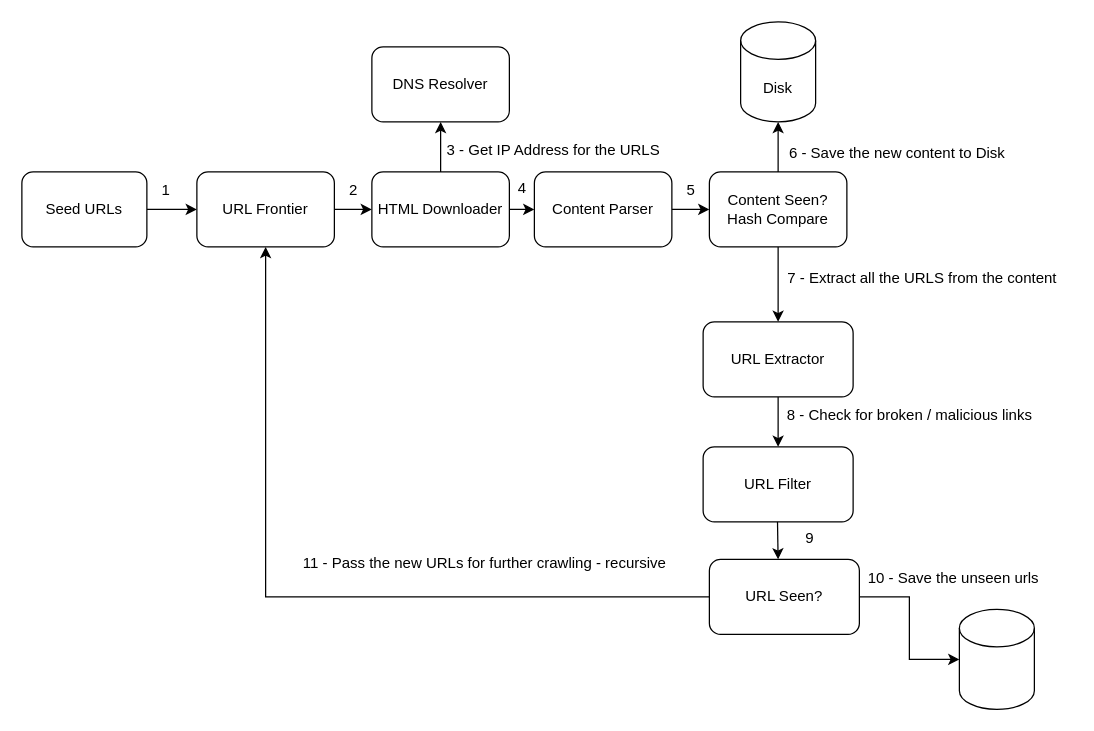
Earlier version of the draw.io diagram Web_Crawler.drawio (tarjaneed/system-design). Source tidied: cells renumbered, new cells numbered last; positions are measured from the earlier drawing's top-left corner, leaving out a move shared by most shapes. Both pictures are drawn from the tidied source at 125%, with x=0, y=0 at pixel (21, 21).
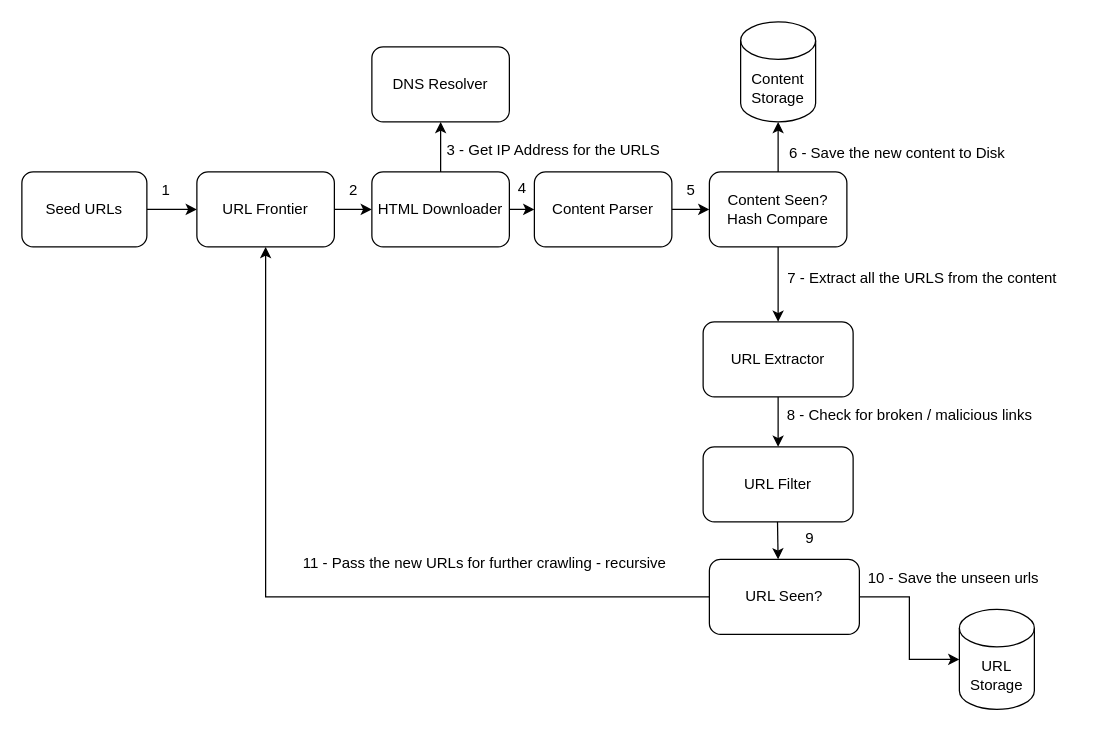
The same diagram, later.

The edit, as a diff of the source:
```diff
@@
-    <mxCell id="17" value="Disk" style="shape=cylinder3;whiteSpace=wrap;html=1;boundedLbl=1;backgroundOutline=1;size=15;" parent="1" vertex="1">
+    <mxCell id="17" value="Content Storage" style="shape=cylinder3;whiteSpace=wrap;html=1;boundedLbl=1;backgroundOutline=1;size=15;" parent="1" vertex="1">
       <mxGeometry x="575" width="60" height="80" as="geometry" />
     </mxCell>
@@
-    <mxCell id="32" style="shape=cylinder3;whiteSpace=wrap;html=1;boundedLbl=1;backgroundOutline=1;size=15;" parent="1" vertex="1">
+    <mxCell id="32" value="URL Storage" style="shape=cylinder3;whiteSpace=wrap;html=1;boundedLbl=1;backgroundOutline=1;size=15;" parent="1" vertex="1">
       <mxGeometry x="750" y="470" width="60" height="80" as="geometry" />
     </mxCell>
```
